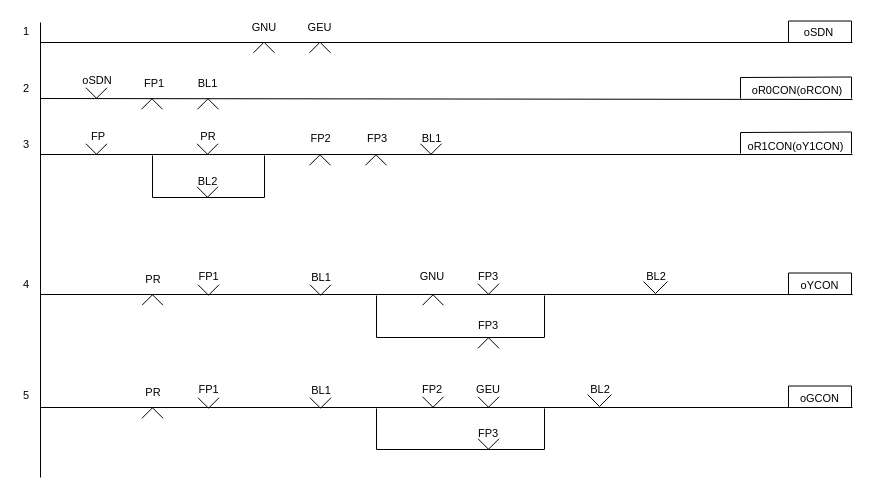
chillin2/MyDraw.io keeps this draw.io diagram as page "신호현시로직(최종)" (2 of 6) of Signal/33Display-Signal-Control-Logic.drawio. Above is the earlier version. Source tidied: cells renumbered, new cells numbered last; positions are measured from the earlier drawing's top-left corner, leaving out a move shared by most shapes. Both pictures are drawn from the tidied source at 100%, with x=0, y=0 at pixel (17, 17).
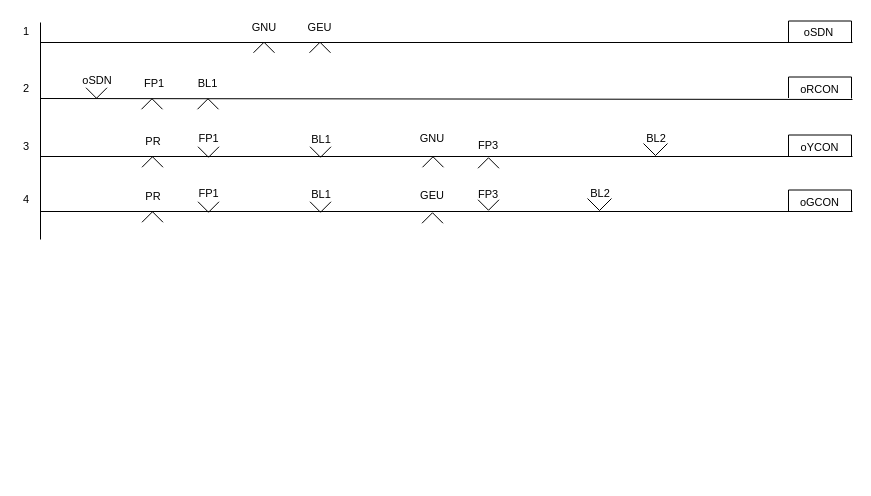
The same page after the edit.

The edit, as a diff of the source:
```diff
@@
     <mxCell id="3" style="endArrow=none;html=1;rounded=0;" parent="1" edge="1">
       <mxGeometry relative="1" as="geometry">
-        <mxPoint x="23" y="460" as="sourcePoint" />
+        <mxPoint x="23" y="222" as="sourcePoint" />
         <mxPoint x="23" y="5" as="targetPoint" />
       </mxGeometry>
     </mxCell>
@@
-    <mxCell id="9" value="&amp;nbsp;oR0CON(oRCON)" style="text;html=1;strokeColor=none;fillColor=none;align=center;verticalAlign=middle;whiteSpace=wrap;rounded=0;fontFamily=Helvetica;fontSize=11;fontColor=default;" parent="1" vertex="1">
-      <mxGeometry x="730" y="68" width="97" height="10" as="geometry" />
-    </mxCell>
-    <mxCell id="10" style="endArrow=none;html=1;rounded=0;" parent="1" edge="1">
-      <mxGeometry relative="1" as="geometry">
-        <mxPoint x="23" y="137" as="sourcePoint" />
-        <mxPoint x="835" y="137" as="targetPoint" />
-      </mxGeometry>
-    </mxCell>
-    <mxCell id="11" value="FP" style="text;html=1;strokeColor=none;fillColor=none;align=center;verticalAlign=middle;whiteSpace=wrap;rounded=0;fontFamily=Helvetica;fontSize=11;fontColor=default;" parent="1" vertex="1">
-      <mxGeometry x="61" y="111" width="40" height="15" as="geometry" />
-    </mxCell>
-    <mxCell id="12" value="PR" style="text;html=1;strokeColor=none;fillColor=none;align=center;verticalAlign=middle;whiteSpace=wrap;rounded=0;fontFamily=Helvetica;fontSize=11;fontColor=default;" parent="1" vertex="1">
-      <mxGeometry x="171" y="112" width="40" height="14" as="geometry" />
-    </mxCell>
-    <mxCell id="13" value="FP2" style="text;html=1;strokeColor=none;fillColor=none;align=center;verticalAlign=middle;whiteSpace=wrap;rounded=0;fontFamily=Helvetica;fontSize=11;fontColor=default;" parent="1" vertex="1">
-      <mxGeometry x="284" y="113" width="39" height="15" as="geometry" />
-    </mxCell>
-    <mxCell id="14" value="oR1CON(oY1CON)" style="text;html=1;strokeColor=none;fillColor=none;align=center;verticalAlign=middle;whiteSpace=wrap;rounded=0;fontFamily=Helvetica;fontSize=11;fontColor=default;" parent="1" vertex="1">
-      <mxGeometry x="730" y="122" width="97" height="13" as="geometry" />
-    </mxCell>
-    <mxCell id="15" style="endArrow=none;html=1;rounded=0;" parent="1" edge="1">
-      <mxGeometry relative="1" as="geometry">
-        <mxPoint x="135" y="138" as="sourcePoint" />
-        <mxPoint x="247" y="138" as="targetPoint" />
-        <Array as="points">
-          <mxPoint x="135" y="180" />
-          <mxPoint x="247" y="180" />
-        </Array>
-      </mxGeometry>
-    </mxCell>
-    <mxCell id="16" value="BL2" style="text;html=1;strokeColor=none;fillColor=none;align=center;verticalAlign=middle;whiteSpace=wrap;rounded=0;fontFamily=Helvetica;fontSize=11;fontColor=default;" parent="1" vertex="1">
-      <mxGeometry x="167" y="158" width="47" height="11" as="geometry" />
-    </mxCell>
     <mxCell id="17" style="endArrow=none;html=1;rounded=0;" parent="1" edge="1">
       <mxGeometry relative="1" as="geometry">
-        <mxPoint x="23" y="277" as="sourcePoint" />
-        <mxPoint x="835" y="277" as="targetPoint" />
+        <mxPoint x="23" y="139" as="sourcePoint" />
+        <mxPoint x="835" y="139" as="targetPoint" />
       </mxGeometry>
     </mxCell>
     <mxCell id="18" value="&lt;font style=&quot;font-size: 11px;&quot;&gt;PR&lt;/font&gt;" style="text;html=1;strokeColor=none;fillColor=none;align=center;verticalAlign=middle;whiteSpace=wrap;rounded=0;fontFamily=Helvetica;fontSize=11;fontColor=default;" parent="1" vertex="1">
-      <mxGeometry x="116" y="252" width="40" height="20" as="geometry" />
+      <mxGeometry x="116" y="114" width="40" height="20" as="geometry" />
     </mxCell>
     <mxCell id="19" value="oYCON" style="text;html=1;strokeColor=none;fillColor=none;align=center;verticalAlign=middle;whiteSpace=wrap;rounded=0;fontFamily=Helvetica;fontSize=11;fontColor=default;" parent="1" vertex="1">
-      <mxGeometry x="779" y="258" width="47" height="20" as="geometry" />
+      <mxGeometry x="779" y="120" width="47" height="20" as="geometry" />
     </mxCell>
@@
-    <mxCell id="21" value="FP3" style="text;html=1;strokeColor=none;fillColor=none;align=center;verticalAlign=middle;whiteSpace=wrap;rounded=0;fontFamily=Helvetica;fontSize=11;fontColor=default;" parent="1" vertex="1">
-      <mxGeometry x="341" y="113" width="38" height="15" as="geometry" />
-    </mxCell>
-    <mxCell id="22" value="BL1" style="text;html=1;strokeColor=none;fillColor=none;align=center;verticalAlign=middle;whiteSpace=wrap;rounded=0;fontFamily=Helvetica;fontSize=11;fontColor=default;" parent="1" vertex="1">
-      <mxGeometry x="396" y="113" width="37" height="15" as="geometry" />
-    </mxCell>
     <mxCell id="23" value="&lt;font style=&quot;font-size: 11px;&quot;&gt;FP1&lt;/font&gt;" style="text;html=1;strokeColor=none;fillColor=none;align=center;verticalAlign=middle;whiteSpace=wrap;rounded=0;fontFamily=Helvetica;fontSize=11;fontColor=default;" parent="1" vertex="1">
-      <mxGeometry x="175" y="252" width="33" height="13" as="geometry" />
+      <mxGeometry x="175" y="114" width="33" height="13" as="geometry" />
     </mxCell>
     <mxCell id="24" value="BL1" style="text;html=1;strokeColor=none;fillColor=none;align=center;verticalAlign=middle;whiteSpace=wrap;rounded=0;fontFamily=Helvetica;fontSize=11;fontColor=default;" parent="1" vertex="1">
-      <mxGeometry x="284" y="250" width="40" height="20" as="geometry" />
+      <mxGeometry x="284" y="112" width="40" height="20" as="geometry" />
     </mxCell>
     <mxCell id="25" value="GNU" style="text;html=1;strokeColor=none;fillColor=none;align=center;verticalAlign=middle;whiteSpace=wrap;rounded=0;fontFamily=Helvetica;fontSize=11;fontColor=default;" parent="1" vertex="1">
-      <mxGeometry x="395" y="249" width="40" height="20" as="geometry" />
+      <mxGeometry x="395" y="111" width="40" height="20" as="geometry" />
     </mxCell>
-    <mxCell id="26" value="FP3" style="text;html=1;strokeColor=none;fillColor=none;align=center;verticalAlign=middle;whiteSpace=wrap;rounded=0;fontFamily=Helvetica;fontSize=11;fontColor=default;" parent="1" vertex="1">
-      <mxGeometry x="451" y="249" width="40" height="20" as="geometry" />
-    </mxCell>
-    <mxCell id="27" style="endArrow=none;html=1;rounded=0;" parent="1" edge="1">
-      <mxGeometry relative="1" as="geometry">
-        <mxPoint x="359" y="278" as="sourcePoint" />
-        <mxPoint x="527" y="278" as="targetPoint" />
-        <Array as="points">
-          <mxPoint x="359" y="320" />
-          <mxPoint x="527" y="320" />
-        </Array>
-      </mxGeometry>
-    </mxCell>
     <mxCell id="28" value="BL2" style="text;html=1;strokeColor=none;fillColor=none;align=center;verticalAlign=middle;whiteSpace=wrap;rounded=0;fontFamily=Helvetica;fontSize=11;fontColor=default;" parent="1" vertex="1">
-      <mxGeometry x="619" y="249" width="40" height="20" as="geometry" />
+      <mxGeometry x="619" y="111" width="40" height="20" as="geometry" />
     </mxCell>
     <mxCell id="29" style="verticalLabelPosition=bottom;html=1;verticalAlign=top;align=center;shape=mxgraph.floorplan.windowBow;strokeWidth=1;direction=east;" parent="1" vertex="1">
-      <mxGeometry x="626" y="246" width="24" height="48" as="geometry" />
+      <mxGeometry x="626" y="108" width="24" height="48" as="geometry" />
     </mxCell>
     <mxCell id="30" value="FP3" style="text;html=1;strokeColor=none;fillColor=none;align=center;verticalAlign=middle;whiteSpace=wrap;rounded=0;fontFamily=Helvetica;fontSize=11;fontColor=default;" parent="1" vertex="1">
-      <mxGeometry x="451" y="298" width="40" height="20" as="geometry" />
+      <mxGeometry x="451" y="118" width="40" height="20" as="geometry" />
     </mxCell>
     <mxCell id="31" style="verticalLabelPosition=bottom;html=1;verticalAlign=top;align=center;shape=mxgraph.floorplan.windowBow;strokeWidth=1;fontSize=11;" parent="1" vertex="1">
-      <mxGeometry x="180.5" y="267" width="21" height="11" as="geometry" />
+      <mxGeometry x="180.5" y="129" width="21" height="11" as="geometry" />
     </mxCell>
     <mxCell id="32" style="verticalLabelPosition=bottom;html=1;verticalAlign=top;align=center;shape=mxgraph.floorplan.windowBow;strokeWidth=1;fontSize=11;" parent="1" vertex="1">
-      <mxGeometry x="292.5" y="267" width="21" height="11" as="geometry" />
+      <mxGeometry x="292.5" y="129" width="21" height="11" as="geometry" />
     </mxCell>
     <mxCell id="33" style="verticalLabelPosition=bottom;html=1;verticalAlign=top;align=center;shape=mxgraph.floorplan.windowBow;strokeWidth=1;fontSize=11;direction=west;" parent="1" vertex="1">
-      <mxGeometry x="124.5" y="277" width="21" height="11" as="geometry" />
+      <mxGeometry x="124.5" y="139" width="21" height="11" as="geometry" />
     </mxCell>
     <mxCell id="34" style="verticalLabelPosition=bottom;html=1;verticalAlign=top;align=center;shape=mxgraph.floorplan.windowBow;strokeWidth=1;fontSize=11;direction=west;" parent="1" vertex="1">
-      <mxGeometry x="405" y="277" width="21" height="11" as="geometry" />
+      <mxGeometry x="405" y="139" width="21" height="11" as="geometry" />
     </mxCell>
-    <mxCell id="35" style="verticalLabelPosition=bottom;html=1;verticalAlign=top;align=center;shape=mxgraph.floorplan.windowBow;strokeWidth=1;fontSize=11;" parent="1" vertex="1">
-      <mxGeometry x="460.5" y="266" width="21" height="11" as="geometry" />
-    </mxCell>
     <mxCell id="36" style="verticalLabelPosition=bottom;html=1;verticalAlign=top;align=center;shape=mxgraph.floorplan.windowBow;strokeWidth=1;fontSize=11;direction=west;" parent="1" vertex="1">
-      <mxGeometry x="460.5" y="320" width="21" height="11" as="geometry" />
+      <mxGeometry x="460.5" y="140" width="21" height="11" as="geometry" />
     </mxCell>
@@
     <mxCell id="38" style="endArrow=none;html=1;rounded=0;labelBackgroundColor=default;fontFamily=Helvetica;fontSize=11;fontColor=default;startSize=3;endSize=3;sourcePerimeterSpacing=0;strokeColor=default;shape=connector;jumpStyle=none;jumpSize=6;" parent="1" edge="1">
       <mxGeometry relative="1" as="geometry">
-        <mxPoint x="771" y="276.5" as="sourcePoint" />
-        <mxPoint x="834" y="277" as="targetPoint" />
+        <mxPoint x="771" y="138.5" as="sourcePoint" />
+        <mxPoint x="834" y="139" as="targetPoint" />
         <Array as="points">
-          <mxPoint x="771" y="255.5" />
-          <mxPoint x="834" y="255.5" />
+          <mxPoint x="771" y="117.5" />
+          <mxPoint x="834" y="117.5" />
         </Array>
       </mxGeometry>
     </mxCell>
@@
-    <mxCell id="41" style="endArrow=none;html=1;rounded=0;labelBackgroundColor=default;fontFamily=Helvetica;fontSize=11;fontColor=default;startSize=3;endSize=3;sourcePerimeterSpacing=0;strokeColor=default;shape=connector;jumpStyle=none;jumpSize=6;" parent="1" edge="1">
-      <mxGeometry relative="1" as="geometry">
-        <mxPoint x="723" y="81" as="sourcePoint" />
-        <mxPoint x="834" y="81" as="targetPoint" />
-        <Array as="points">
-          <mxPoint x="723" y="60" />
-          <mxPoint x="834" y="59.5" />
-        </Array>
-      </mxGeometry>
-    </mxCell>
@@
-    <mxCell id="43" style="verticalLabelPosition=bottom;html=1;verticalAlign=top;align=center;shape=mxgraph.floorplan.windowBow;strokeWidth=1;fontSize=11;" parent="1" vertex="1">
-      <mxGeometry x="68.5" y="126" width="21" height="11" as="geometry" />
-    </mxCell>
-    <mxCell id="44" style="verticalLabelPosition=bottom;html=1;verticalAlign=top;align=center;shape=mxgraph.floorplan.windowBow;strokeWidth=1;fontSize=11;" parent="1" vertex="1">
-      <mxGeometry x="179.5" y="126" width="21" height="11" as="geometry" />
-    </mxCell>
-    <mxCell id="45" style="verticalLabelPosition=bottom;html=1;verticalAlign=top;align=center;shape=mxgraph.floorplan.windowBow;strokeWidth=1;fontSize=11;" parent="1" vertex="1">
-      <mxGeometry x="179.5" y="169" width="21" height="11" as="geometry" />
-    </mxCell>
-    <mxCell id="46" style="verticalLabelPosition=bottom;html=1;verticalAlign=top;align=center;shape=mxgraph.floorplan.windowBow;strokeWidth=1;fontSize=11;direction=west;" parent="1" vertex="1">
-      <mxGeometry x="292" y="137" width="21" height="11" as="geometry" />
-    </mxCell>
-    <mxCell id="47" style="verticalLabelPosition=bottom;html=1;verticalAlign=top;align=center;shape=mxgraph.floorplan.windowBow;strokeWidth=1;fontSize=11;direction=west;" parent="1" vertex="1">
-      <mxGeometry x="348" y="137" width="21" height="11" as="geometry" />
-    </mxCell>
-    <mxCell id="48" style="verticalLabelPosition=bottom;html=1;verticalAlign=top;align=center;shape=mxgraph.floorplan.windowBow;strokeWidth=1;fontSize=11;direction=east;" parent="1" vertex="1">
-      <mxGeometry x="403" y="126" width="21" height="11" as="geometry" />
-    </mxCell>
     <mxCell id="49" style="endArrow=none;html=1;rounded=0;" parent="1" edge="1">
       <mxGeometry relative="1" as="geometry">
-        <mxPoint x="23" y="390" as="sourcePoint" />
-        <mxPoint x="835" y="390" as="targetPoint" />
+        <mxPoint x="23" y="194" as="sourcePoint" />
+        <mxPoint x="835" y="194" as="targetPoint" />
       </mxGeometry>
     </mxCell>
     <mxCell id="50" value="&lt;font style=&quot;font-size: 11px;&quot;&gt;PR&lt;/font&gt;" style="text;html=1;strokeColor=none;fillColor=none;align=center;verticalAlign=middle;whiteSpace=wrap;rounded=0;fontFamily=Helvetica;fontSize=11;fontColor=default;" parent="1" vertex="1">
-      <mxGeometry x="116" y="365" width="40" height="20" as="geometry" />
+      <mxGeometry x="116" y="169" width="40" height="20" as="geometry" />
     </mxCell>
     <mxCell id="51" value="oGCON" style="text;html=1;strokeColor=none;fillColor=none;align=center;verticalAlign=middle;whiteSpace=wrap;rounded=0;fontFamily=Helvetica;fontSize=11;fontColor=default;" parent="1" vertex="1">
-      <mxGeometry x="779" y="371" width="47" height="20" as="geometry" />
+      <mxGeometry x="779" y="175" width="47" height="20" as="geometry" />
     </mxCell>
     <mxCell id="52" value="&lt;font style=&quot;font-size: 11px;&quot;&gt;FP1&lt;/font&gt;" style="text;html=1;strokeColor=none;fillColor=none;align=center;verticalAlign=middle;whiteSpace=wrap;rounded=0;fontFamily=Helvetica;fontSize=11;fontColor=default;" parent="1" vertex="1">
-      <mxGeometry x="175" y="365" width="33" height="13" as="geometry" />
+      <mxGeometry x="175" y="169" width="33" height="13" as="geometry" />
     </mxCell>
     <mxCell id="53" value="BL1" style="text;html=1;strokeColor=none;fillColor=none;align=center;verticalAlign=middle;whiteSpace=wrap;rounded=0;fontFamily=Helvetica;fontSize=11;fontColor=default;" parent="1" vertex="1">
-      <mxGeometry x="284" y="363" width="40" height="20" as="geometry" />
+      <mxGeometry x="284" y="167" width="40" height="20" as="geometry" />
     </mxCell>
-    <mxCell id="54" value="FP2" style="text;html=1;strokeColor=none;fillColor=none;align=center;verticalAlign=middle;whiteSpace=wrap;rounded=0;fontFamily=Helvetica;fontSize=11;fontColor=default;" parent="1" vertex="1">
-      <mxGeometry x="395" y="362" width="40" height="20" as="geometry" />
-    </mxCell>
     <mxCell id="55" value="GEU" style="text;html=1;strokeColor=none;fillColor=none;align=center;verticalAlign=middle;whiteSpace=wrap;rounded=0;fontFamily=Helvetica;fontSize=11;fontColor=default;" parent="1" vertex="1">
-      <mxGeometry x="451" y="362" width="40" height="20" as="geometry" />
+      <mxGeometry x="395" y="168" width="40" height="20" as="geometry" />
     </mxCell>
-    <mxCell id="56" style="endArrow=none;html=1;rounded=0;" parent="1" edge="1">
-      <mxGeometry relative="1" as="geometry">
-        <mxPoint x="359" y="391" as="sourcePoint" />
-        <mxPoint x="527" y="391" as="targetPoint" />
-        <Array as="points">
-          <mxPoint x="359" y="432" />
-          <mxPoint x="527" y="432" />
-        </Array>
-      </mxGeometry>
-    </mxCell>
     <mxCell id="57" value="BL2" style="text;html=1;strokeColor=none;fillColor=none;align=center;verticalAlign=middle;whiteSpace=wrap;rounded=0;fontFamily=Helvetica;fontSize=11;fontColor=default;" parent="1" vertex="1">
-      <mxGeometry x="563" y="362" width="40" height="20" as="geometry" />
+      <mxGeometry x="563" y="166" width="40" height="20" as="geometry" />
     </mxCell>
     <mxCell id="58" style="verticalLabelPosition=bottom;html=1;verticalAlign=top;align=center;shape=mxgraph.floorplan.windowBow;strokeWidth=1;direction=east;" parent="1" vertex="1">
-      <mxGeometry x="570" y="359" width="24" height="48" as="geometry" />
+      <mxGeometry x="570" y="163" width="24" height="48" as="geometry" />
     </mxCell>
     <mxCell id="59" value="FP3" style="text;html=1;strokeColor=none;fillColor=none;align=center;verticalAlign=middle;whiteSpace=wrap;rounded=0;fontFamily=Helvetica;fontSize=11;fontColor=default;" parent="1" vertex="1">
-      <mxGeometry x="451" y="407" width="40" height="17" as="geometry" />
+      <mxGeometry x="451" y="168" width="40" height="17" as="geometry" />
     </mxCell>
     <mxCell id="60" style="verticalLabelPosition=bottom;html=1;verticalAlign=top;align=center;shape=mxgraph.floorplan.windowBow;strokeWidth=1;fontSize=11;" parent="1" vertex="1">
-      <mxGeometry x="180.5" y="380" width="21" height="11" as="geometry" />
+      <mxGeometry x="180.5" y="184" width="21" height="11" as="geometry" />
     </mxCell>
     <mxCell id="61" style="verticalLabelPosition=bottom;html=1;verticalAlign=top;align=center;shape=mxgraph.floorplan.windowBow;strokeWidth=1;fontSize=11;" parent="1" vertex="1">
-      <mxGeometry x="292.5" y="380" width="21" height="11" as="geometry" />
+      <mxGeometry x="292.5" y="184" width="21" height="11" as="geometry" />
     </mxCell>
     <mxCell id="62" style="verticalLabelPosition=bottom;html=1;verticalAlign=top;align=center;shape=mxgraph.floorplan.windowBow;strokeWidth=1;fontSize=11;direction=west;" parent="1" vertex="1">
-      <mxGeometry x="124.5" y="390" width="21" height="11" as="geometry" />
+      <mxGeometry x="124.5" y="194" width="21" height="11" as="geometry" />
     </mxCell>
-    <mxCell id="63" style="verticalLabelPosition=bottom;html=1;verticalAlign=top;align=center;shape=mxgraph.floorplan.windowBow;strokeWidth=1;fontSize=11;direction=east;" parent="1" vertex="1">
-      <mxGeometry x="405" y="379" width="21" height="11" as="geometry" />
-    </mxCell>
-    <mxCell id="64" style="verticalLabelPosition=bottom;html=1;verticalAlign=top;align=center;shape=mxgraph.floorplan.windowBow;strokeWidth=1;fontSize=11;" parent="1" vertex="1">
-      <mxGeometry x="460.5" y="379" width="21" height="11" as="geometry" />
-    </mxCell>
     <mxCell id="65" style="verticalLabelPosition=bottom;html=1;verticalAlign=top;align=center;shape=mxgraph.floorplan.windowBow;strokeWidth=1;fontSize=11;direction=east;" parent="1" vertex="1">
-      <mxGeometry x="460.5" y="421" width="21" height="11" as="geometry" />
+      <mxGeometry x="460.5" y="182" width="21" height="11" as="geometry" />
     </mxCell>
     <mxCell id="66" style="endArrow=none;html=1;rounded=0;labelBackgroundColor=default;fontFamily=Helvetica;fontSize=11;fontColor=default;startSize=3;endSize=3;sourcePerimeterSpacing=0;strokeColor=default;shape=connector;jumpStyle=none;jumpSize=6;" parent="1" edge="1">
       <mxGeometry relative="1" as="geometry">
-        <mxPoint x="771" y="389.5" as="sourcePoint" />
-        <mxPoint x="834" y="390" as="targetPoint" />
+        <mxPoint x="771" y="193.5" as="sourcePoint" />
+        <mxPoint x="834" y="194" as="targetPoint" />
         <Array as="points">
-          <mxPoint x="771" y="368.5" />
-          <mxPoint x="834" y="368.5" />
+          <mxPoint x="771" y="172.5" />
+          <mxPoint x="834" y="172.5" />
         </Array>
       </mxGeometry>
     </mxCell>
@@
-    <mxCell id="68" value="3" style="text;html=1;strokeColor=none;fillColor=none;align=center;verticalAlign=middle;whiteSpace=wrap;rounded=0;fontFamily=Helvetica;fontSize=11;fontColor=default;" parent="1" vertex="1">
-      <mxGeometry y="119" width="18" height="16" as="geometry" />
-    </mxCell>
-    <mxCell id="69" value="4" style="text;html=1;strokeColor=none;fillColor=none;align=center;verticalAlign=middle;whiteSpace=wrap;rounded=0;fontFamily=Helvetica;fontSize=11;fontColor=default;" parent="1" vertex="1">
-      <mxGeometry y="259" width="18" height="16" as="geometry" />
+    <mxCell id="69" value="3" style="text;html=1;strokeColor=none;fillColor=none;align=center;verticalAlign=middle;whiteSpace=wrap;rounded=0;fontFamily=Helvetica;fontSize=11;fontColor=default;" parent="1" vertex="1">
+      <mxGeometry y="121" width="18" height="16" as="geometry" />
     </mxCell>
-    <mxCell id="70" value="5" style="text;html=1;strokeColor=none;fillColor=none;align=center;verticalAlign=middle;whiteSpace=wrap;rounded=0;fontFamily=Helvetica;fontSize=11;fontColor=default;" parent="1" vertex="1">
-      <mxGeometry y="370" width="18" height="16" as="geometry" />
+    <mxCell id="70" value="4" style="text;html=1;strokeColor=none;fillColor=none;align=center;verticalAlign=middle;whiteSpace=wrap;rounded=0;fontFamily=Helvetica;fontSize=11;fontColor=default;" parent="1" vertex="1">
+      <mxGeometry y="174" width="18" height="16" as="geometry" />
     </mxCell>
@@
-    <mxCell id="75" style="endArrow=none;html=1;rounded=0;labelBackgroundColor=default;fontFamily=Helvetica;fontSize=11;fontColor=default;startSize=3;endSize=3;sourcePerimeterSpacing=0;strokeColor=default;shape=connector;jumpStyle=none;jumpSize=6;" parent="1" edge="1">
-      <mxGeometry relative="1" as="geometry">
-        <mxPoint x="723" y="136" as="sourcePoint" />
-        <mxPoint x="834" y="136" as="targetPoint" />
-        <Array as="points">
-          <mxPoint x="723" y="115" />
-          <mxPoint x="834" y="114.5" />
-        </Array>
-      </mxGeometry>
-    </mxCell>
+    <mxCell id="76" value="oRCON" style="text;html=1;strokeColor=none;fillColor=none;align=center;verticalAlign=middle;whiteSpace=wrap;rounded=0;fontFamily=Helvetica;fontSize=11;fontColor=default;" parent="1" vertex="1">
+      <mxGeometry x="779" y="62" width="47" height="20" as="geometry" />
+    </mxCell>
+    <mxCell id="77" style="endArrow=none;html=1;rounded=0;labelBackgroundColor=default;fontFamily=Helvetica;fontSize=11;fontColor=default;startSize=3;endSize=3;sourcePerimeterSpacing=0;strokeColor=default;shape=connector;jumpStyle=none;jumpSize=6;" parent="1" edge="1">
+      <mxGeometry relative="1" as="geometry">
+        <mxPoint x="771" y="80.5" as="sourcePoint" />
+        <mxPoint x="834" y="81" as="targetPoint" />
+        <Array as="points">
+          <mxPoint x="771" y="59.5" />
+          <mxPoint x="834" y="59.5" />
+        </Array>
+      </mxGeometry>
+    </mxCell>
+    <mxCell id="78" style="verticalLabelPosition=bottom;html=1;verticalAlign=top;align=center;shape=mxgraph.floorplan.windowBow;strokeWidth=1;fontSize=11;direction=west;" parent="1" vertex="1">
+      <mxGeometry x="404.5" y="195" width="21" height="11" as="geometry" />
+    </mxCell>
```
